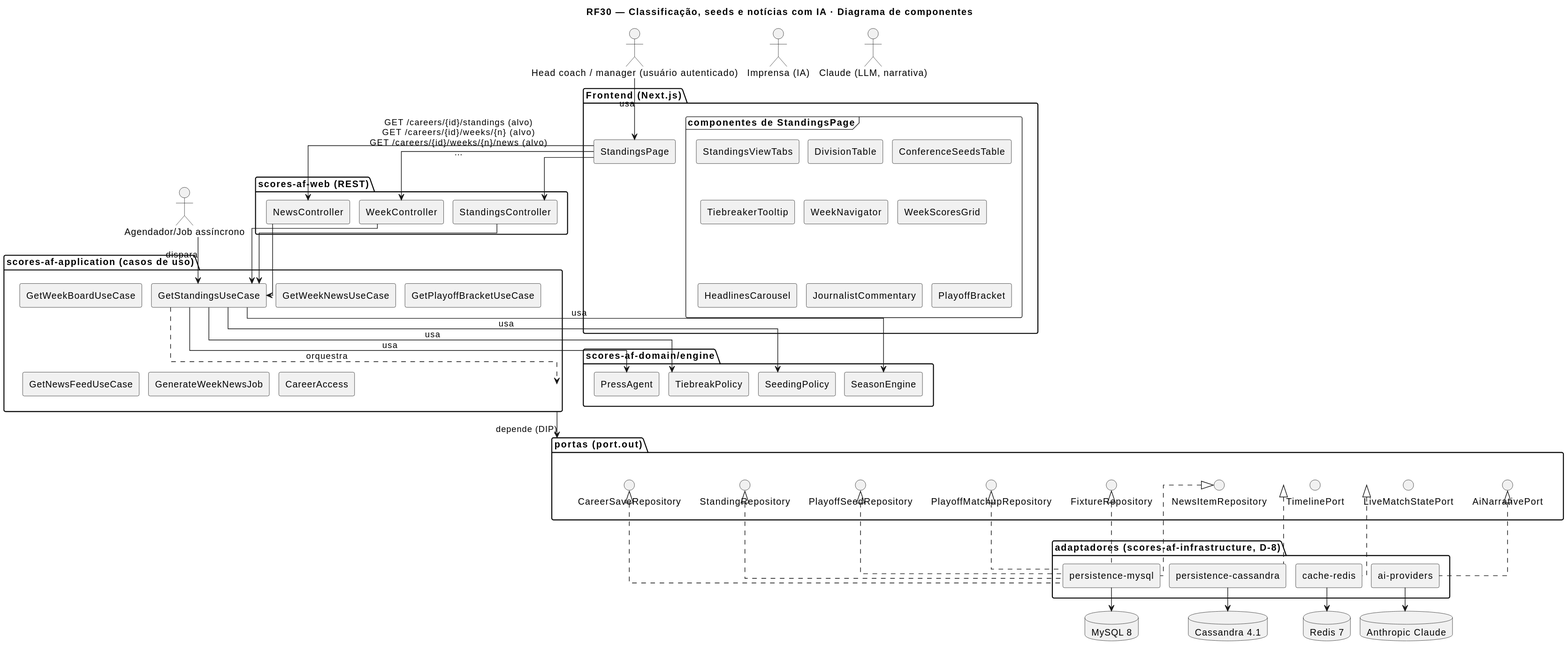
This is docs/RF30/RF30-cmp.svg from MatheusHaliski/Scores-American-Football, a PlantUML export, as it was before one commit. The source it was exported from:
```plantuml
@startuml
title RF30 — Classificação, seeds e notícias com IA · Diagrama de componentes
skinparam componentStyle rectangle
skinparam linetype ortho
skinparam nodesep 14
skinparam ranksep 36
actor "Head coach / manager (usuário autenticado)" as c1
actor "Imprensa (IA)" as c2
actor "Claude (LLM, narrativa)" as c3
actor "Agendador/Job assíncrono" as c4
package "Frontend (Next.js)" as pkg_fe {
  component "StandingsPage" as c5
  frame "componentes de StandingsPage" as pkg_fe_sub {
    component "StandingsViewTabs" as c6
    component "DivisionTable" as c7
    component "ConferenceSeedsTable" as c8
    component "TiebreakerTooltip" as c9
    component "WeekNavigator" as c10
    component "WeekScoresGrid" as c11
    component "HeadlinesCarousel" as c12
    component "JournalistCommentary" as c13
    component "PlayoffBracket" as c14
  }
}
package "scores-af-web (REST)" as pkg_web {
  component "StandingsController" as c15
  component "WeekController" as c16
  component "NewsController" as c17
}
package "scores-af-application (casos de uso)" as pkg_app {
  component "GetStandingsUseCase" as c18
  component "GetWeekBoardUseCase" as c19
  component "GetWeekNewsUseCase" as c20
  component "GetPlayoffBracketUseCase" as c21
  component "GetNewsFeedUseCase" as c22
  component "GenerateWeekNewsJob" as c23
  component "CareerAccess" as c24
}
package "scores-af-domain/engine" as pkg_eng {
  component "SeasonEngine" as c25
  component "SeedingPolicy" as c26
  component "TiebreakPolicy" as c27
  component "PressAgent" as c28
}
package "portas (port.out)" as pkg_ports {
  interface "CareerSaveRepository" as c29
  interface "StandingRepository" as c30
  interface "PlayoffSeedRepository" as c31
  interface "PlayoffMatchupRepository" as c32
  interface "FixtureRepository" as c33
  interface "NewsItemRepository" as c34
  interface "TimelinePort" as c35
  interface "LiveMatchStatePort" as c36
  interface "AiNarrativePort" as c37
}
package "adaptadores (scores-af-infrastructure, D-8)" as pkg_ad {
  component "persistence-mysql" as c38
  component "persistence-cassandra" as c39
  component "cache-redis" as c40
  component "ai-providers" as c41
}
database "MySQL 8" as s1
database "Cassandra 4.1" as s2
database "Redis 7" as s3
database "Anthropic Claude" as s4
c1 --> c5 : usa
c4 --> c18 : dispara
c5 --> c15 : GET /careers/{id}/standings (alvo)\nGET /careers/{id}/weeks/{n} (alvo)\nGET /careers/{id}/weeks/{n}/news (alvo)\n…
c5 --> c16
c5 --> c17
c15 --> c18
c16 --> c18
c17 --> c18
c18 ..> pkg_app : orquestra
c18 --> c25 : usa
c18 --> c26 : usa
c18 --> c27 : usa
c18 --> c28 : usa
pkg_app --> pkg_ports : depende (DIP)
c38 .up.|> c29
c38 .up.|> c30
c38 .up.|> c31
c38 .up.|> c32
c38 .up.|> c33
c38 .up.|> c34
c39 .up.|> c35
c40 .up.|> c36
c41 .up.|> c37
c38 --> s1
c39 --> s2
c40 --> s3
c41 --> s4
@enduml
```
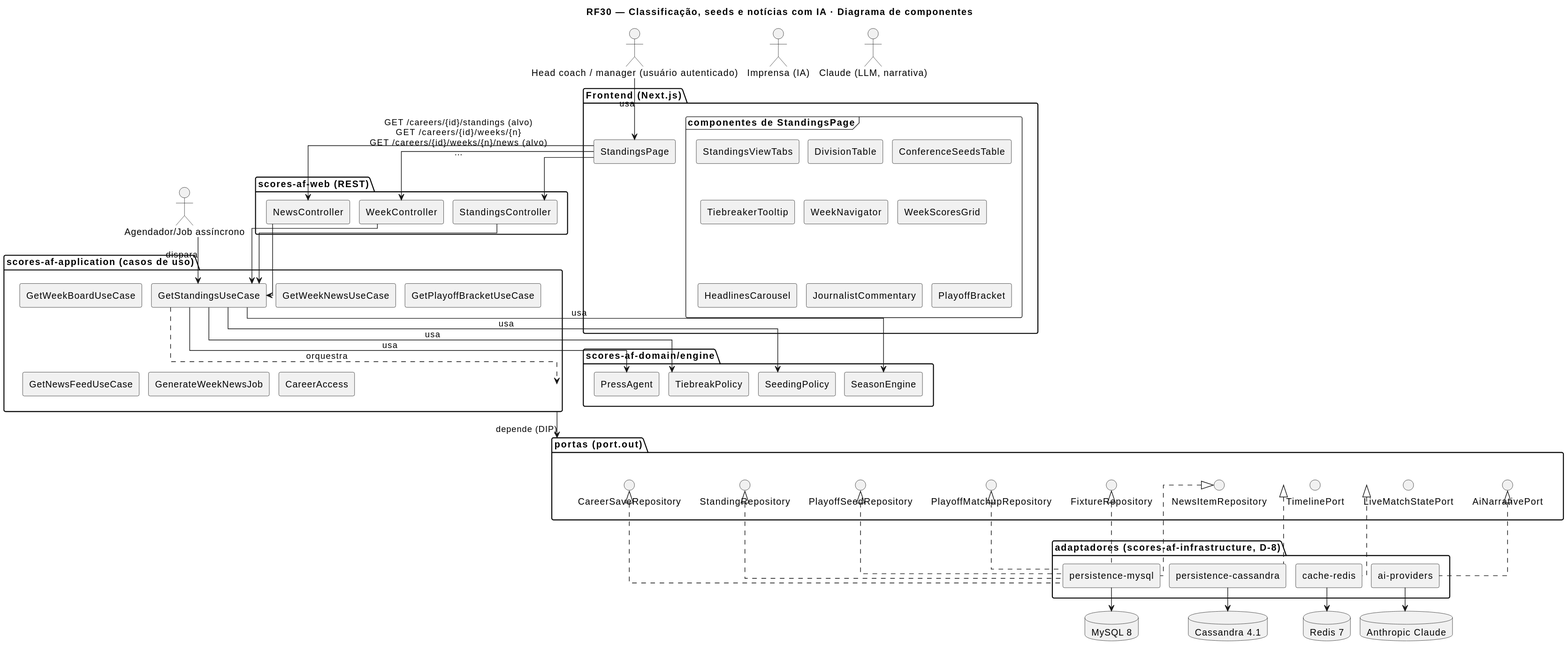
The same file after the commit.

The edit, as a diff of the source:
```diff
@@ -65,7 +65,7 @@
 database "Anthropic Claude" as s4
 c1 --> c5 : usa
 c4 --> c18 : dispara
-c5 --> c15 : GET /careers/{id}/standings (alvo)\nGET /careers/{id}/weeks/{n} (alvo)\nGET /careers/{id}/weeks/{n}/news (alvo)\n…
+c5 --> c15 : GET /careers/{id}/standings (alvo)\nGET /careers/{id}/weeks/{n}\nGET /careers/{id}/weeks/{n}/news (alvo)\n…
 c5 --> c16
 c5 --> c17
 c15 --> c18
```
